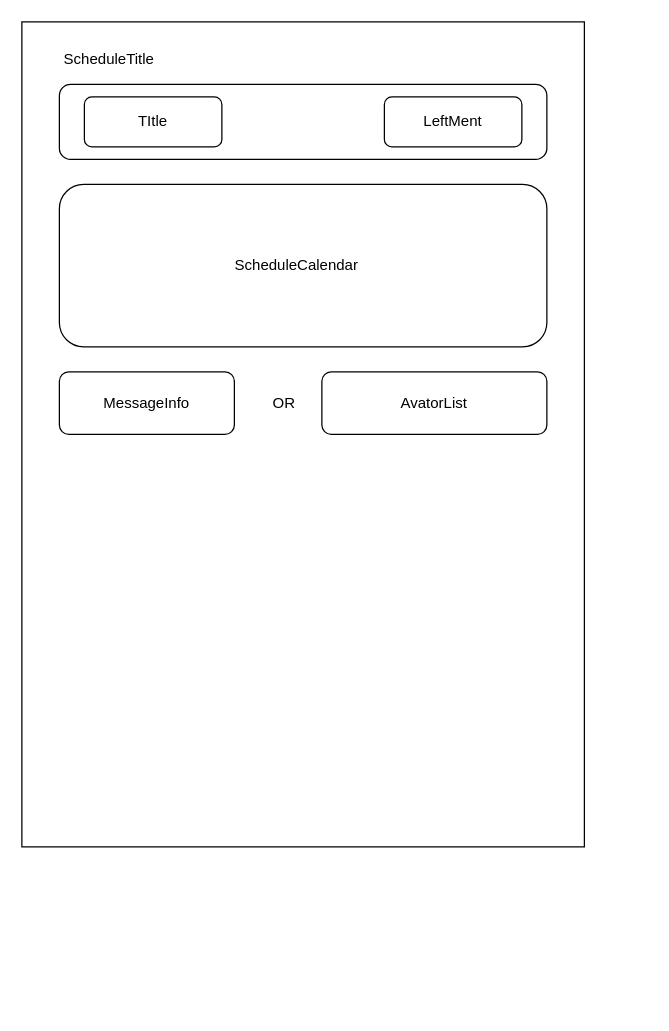
This is Untitled Diagram.drawio from Leonard-Li777/awesome-react-cn, a draw.io file, before an edit. Source tidied: cells renumbered, new cells numbered last; positions are measured from the earlier drawing's top-left corner, leaving out a move shared by most shapes. Both pictures are drawn from the tidied source at 125%, with x=0, y=0 at pixel (21, 21).
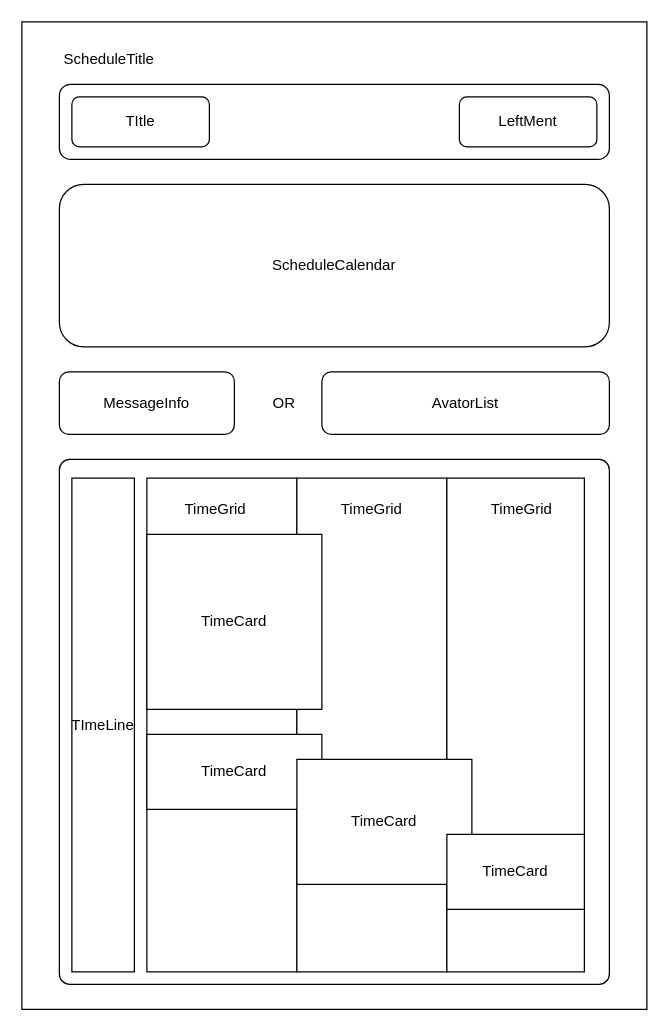
Above is the later version.

Diff of the diagram source:
```diff
@@
     <mxCell id="2" style="rounded=0;whiteSpace=wrap;html=1;" parent="1" vertex="1">
-      <mxGeometry width="450" height="660" as="geometry" />
+      <mxGeometry width="500" height="790" as="geometry" />
     </mxCell>
@@
     <mxCell id="4" style="rounded=1;whiteSpace=wrap;html=1;" parent="1" vertex="1">
-      <mxGeometry x="30" y="50" width="390" height="60" as="geometry" />
+      <mxGeometry x="30" y="50" width="440" height="60" as="geometry" />
     </mxCell>
     <mxCell id="5" style="rounded=1;whiteSpace=wrap;html=1;" parent="1" vertex="1">
-      <mxGeometry x="30" y="130" width="390" height="130" as="geometry" />
+      <mxGeometry x="30" y="130" width="440" height="130" as="geometry" />
     </mxCell>
     <mxCell id="6" value="ScheduleCalendar" style="text;html=1;strokeColor=none;fillColor=none;align=center;verticalAlign=middle;whiteSpace=wrap;rounded=0;" parent="1" vertex="1">
-      <mxGeometry x="200" y="185" width="40" height="20" as="geometry" />
+      <mxGeometry x="230" y="185" width="40" height="20" as="geometry" />
     </mxCell>
     <mxCell id="7" value="TItle" style="rounded=1;whiteSpace=wrap;html=1;" parent="1" vertex="1">
-      <mxGeometry x="50" y="60" width="110" height="40" as="geometry" />
+      <mxGeometry x="40" y="60" width="110" height="40" as="geometry" />
     </mxCell>
     <mxCell id="8" value="LeftMent" style="rounded=1;whiteSpace=wrap;html=1;" parent="1" vertex="1">
-      <mxGeometry x="290" y="60" width="110" height="40" as="geometry" />
+      <mxGeometry x="350" y="60" width="110" height="40" as="geometry" />
     </mxCell>
@@
     <mxCell id="10" value="AvatorList" style="rounded=1;whiteSpace=wrap;html=1;" parent="1" vertex="1">
-      <mxGeometry x="240" y="280" width="180" height="50" as="geometry" />
+      <mxGeometry x="240" y="280" width="230" height="50" as="geometry" />
     </mxCell>
@@
+    <mxCell id="12" style="rounded=1;whiteSpace=wrap;html=1;arcSize=2;" parent="1" vertex="1">
+      <mxGeometry x="30" y="350" width="440" height="420" as="geometry" />
+    </mxCell>
+    <mxCell id="13" value="TImeLine" style="rounded=0;whiteSpace=wrap;html=1;" parent="1" vertex="1">
+      <mxGeometry x="40" y="365" width="50" height="395" as="geometry" />
+    </mxCell>
+    <mxCell id="14" style="rounded=0;whiteSpace=wrap;html=1;" parent="1" vertex="1">
+      <mxGeometry x="100" y="365" width="120" height="395" as="geometry" />
+    </mxCell>
+    <mxCell id="15" style="rounded=0;whiteSpace=wrap;html=1;" parent="1" vertex="1">
+      <mxGeometry x="220" y="365" width="120" height="395" as="geometry" />
+    </mxCell>
+    <mxCell id="16" value="TimeGrid" style="text;html=1;strokeColor=none;fillColor=none;align=center;verticalAlign=middle;whiteSpace=wrap;rounded=0;" parent="1" vertex="1">
+      <mxGeometry x="135" y="380" width="40" height="20" as="geometry" />
+    </mxCell>
+    <mxCell id="17" value="TimeCard" style="whiteSpace=wrap;html=1;" parent="1" vertex="1">
+      <mxGeometry x="100" y="410" width="140" height="140" as="geometry" />
+    </mxCell>
+    <mxCell id="18" value="&lt;span&gt;TimeCard&lt;/span&gt;" style="rounded=0;whiteSpace=wrap;html=1;" parent="1" vertex="1">
+      <mxGeometry x="100" y="570" width="140" height="60" as="geometry" />
+    </mxCell>
+    <mxCell id="19" style="rounded=0;whiteSpace=wrap;html=1;" parent="1" vertex="1">
+      <mxGeometry x="340" y="365" width="110" height="395" as="geometry" />
+    </mxCell>
+    <mxCell id="20" value="&lt;span&gt;TimeCard&lt;/span&gt;" style="rounded=0;whiteSpace=wrap;html=1;" parent="1" vertex="1">
+      <mxGeometry x="220" y="590" width="140" height="100" as="geometry" />
+    </mxCell>
+    <mxCell id="21" value="&lt;span&gt;TimeCard&lt;/span&gt;" style="rounded=0;whiteSpace=wrap;html=1;" parent="1" vertex="1">
+      <mxGeometry x="340" y="650" width="110" height="60" as="geometry" />
+    </mxCell>
+    <mxCell id="22" value="TimeGrid" style="text;html=1;strokeColor=none;fillColor=none;align=center;verticalAlign=middle;whiteSpace=wrap;rounded=0;" parent="1" vertex="1">
+      <mxGeometry x="260" y="380" width="40" height="20" as="geometry" />
+    </mxCell>
+    <mxCell id="23" value="TimeGrid" style="text;html=1;strokeColor=none;fillColor=none;align=center;verticalAlign=middle;whiteSpace=wrap;rounded=0;" parent="1" vertex="1">
+      <mxGeometry x="380" y="380" width="40" height="20" as="geometry" />
+    </mxCell>
```
